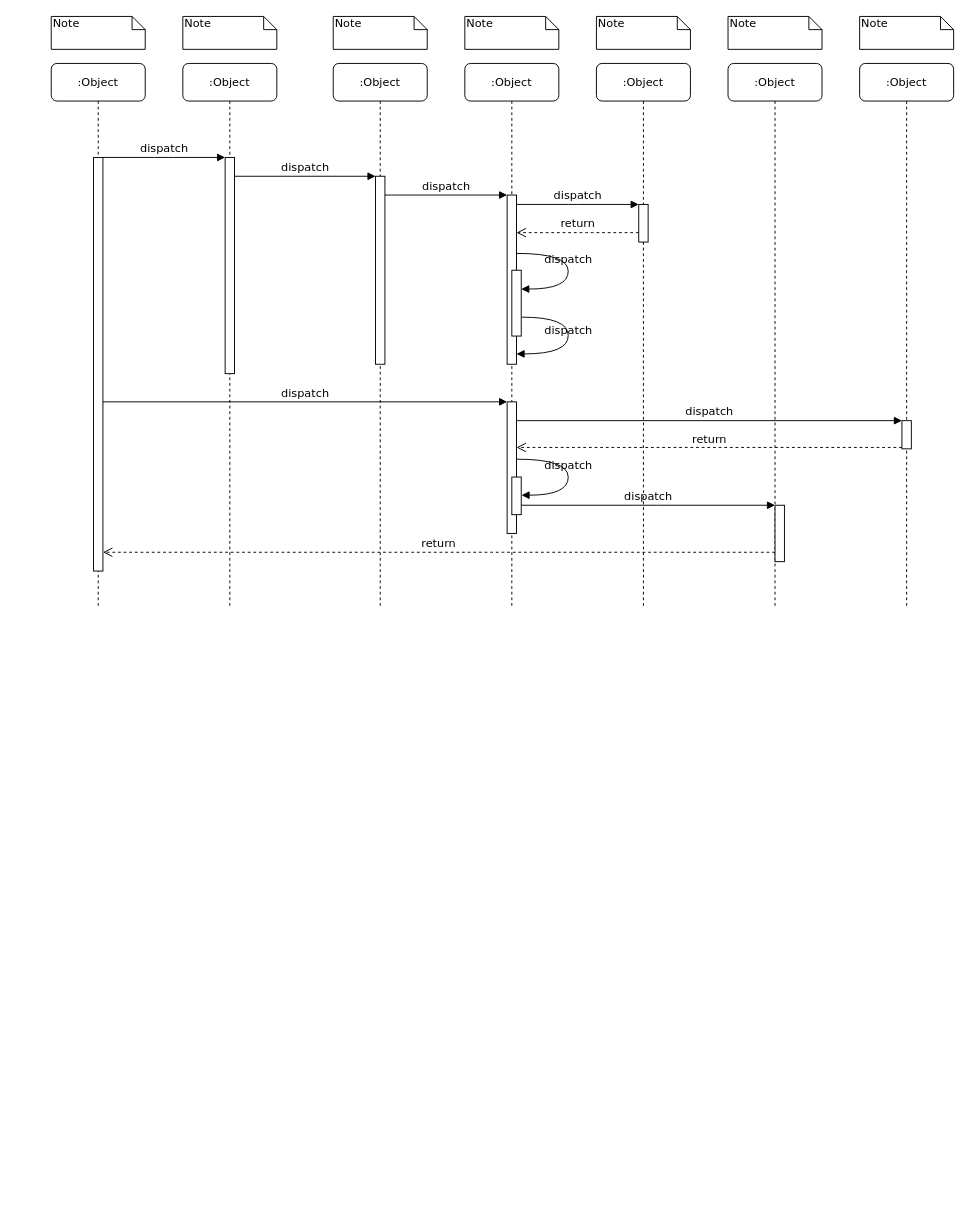
Earlier version of the draw.io diagram AGG异步任务.drawio (xingzhihe/hello-world). Source tidied: cells renumbered, new cells numbered last; positions are measured from the earlier drawing's top-left corner, leaving out a move shared by most shapes. Both pictures are drawn from the tidied source at 94%, with x=0, y=0 at pixel (51, 16).
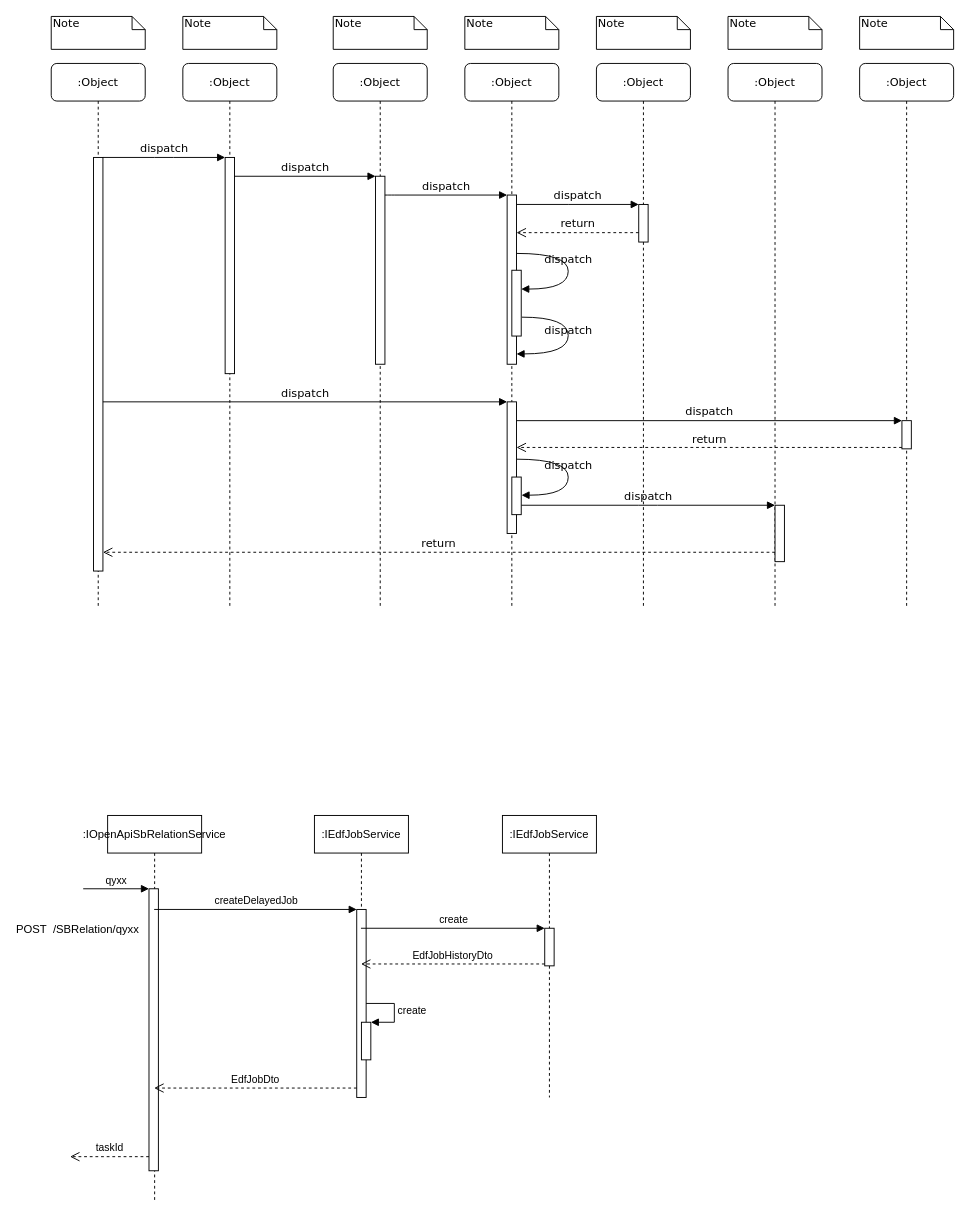
Above is the later version.

Commit message:
更新AGG异步任务.drawio

The edit, as a diff of the source:
```diff
@@
+    <mxCell id="39" value=":IOpenApiSbRelationService" style="shape=umlLifeline;perimeter=lifelinePerimeter;whiteSpace=wrap;html=1;outlineConnect=0;" parent="1" vertex="1">
+      <mxGeometry x="60" y="850" width="100" height="410" as="geometry" />
+    </mxCell>
+    <mxCell id="40" style="html=1;points=[];perimeter=orthogonalPerimeter;" parent="39" vertex="1">
+      <mxGeometry x="44" y="78" width="10" height="300" as="geometry" />
+    </mxCell>
+    <mxCell id="41" value="qyxx" style="html=1;verticalAlign=bottom;endArrow=block;entryX=0;entryY=0;rounded=0;" parent="39" edge="1" target="40">
+      <mxGeometry relative="1" as="geometry">
+        <mxPoint x="-26" y="78" as="sourcePoint" />
+      </mxGeometry>
+    </mxCell>
+    <mxCell id="42" value="taskId" style="html=1;verticalAlign=bottom;endArrow=open;dashed=1;endSize=8;exitX=0;exitY=0.95;rounded=0;" parent="39" edge="1" source="40">
+      <mxGeometry relative="1" as="geometry">
+        <mxPoint x="-40" y="363" as="targetPoint" />
+      </mxGeometry>
+    </mxCell>
+    <mxCell id="43" value=":IEdfJobService" style="shape=umlLifeline;perimeter=lifelinePerimeter;whiteSpace=wrap;html=1;outlineConnect=0;" parent="1" vertex="1">
+      <mxGeometry x="280" y="850" width="100" height="300" as="geometry" />
+    </mxCell>
+    <mxCell id="44" style="html=1;points=[];perimeter=orthogonalPerimeter;" parent="43" vertex="1">
+      <mxGeometry x="45" y="100" width="10" height="200" as="geometry" />
+    </mxCell>
+    <mxCell id="45" style="html=1;points=[];perimeter=orthogonalPerimeter;" parent="43" vertex="1">
+      <mxGeometry x="50" y="220" width="10" height="40" as="geometry" />
+    </mxCell>
+    <mxCell id="46" value="&lt;span style=&quot;text-align: center&quot;&gt;create&lt;/span&gt;" style="edgeStyle=orthogonalEdgeStyle;html=1;align=left;spacingLeft=2;endArrow=block;rounded=0;entryX=1;entryY=0;" parent="43" edge="1" target="45">
+      <mxGeometry relative="1" as="geometry">
+        <mxPoint x="55" y="200" as="sourcePoint" />
+        <Array as="points">
+          <mxPoint x="85" y="200" />
+        </Array>
+      </mxGeometry>
+    </mxCell>
+    <mxCell id="47" value="createDelayedJob" style="html=1;verticalAlign=bottom;endArrow=block;entryX=0;entryY=0;rounded=0;" parent="1" edge="1" source="39" target="44">
+      <mxGeometry relative="1" as="geometry" />
+    </mxCell>
+    <mxCell id="48" value="EdfJobDto" style="html=1;verticalAlign=bottom;endArrow=open;dashed=1;endSize=8;exitX=0;exitY=0.95;rounded=0;" parent="1" edge="1" source="44" target="39">
+      <mxGeometry relative="1" as="geometry" />
+    </mxCell>
+    <mxCell id="49" value=":IEdfJobService" style="shape=umlLifeline;perimeter=lifelinePerimeter;whiteSpace=wrap;html=1;" parent="1" vertex="1">
+      <mxGeometry x="480" y="850" width="100" height="300" as="geometry" />
+    </mxCell>
+    <mxCell id="50" style="html=1;points=[];perimeter=orthogonalPerimeter;" parent="49" vertex="1">
+      <mxGeometry x="45" y="120" width="10" height="40" as="geometry" />
+    </mxCell>
+    <mxCell id="51" value="create" style="html=1;verticalAlign=bottom;endArrow=block;entryX=0;entryY=0;rounded=0;" parent="1" edge="1" source="43" target="50">
+      <mxGeometry relative="1" as="geometry" />
+    </mxCell>
+    <mxCell id="52" value="EdfJobHistoryDto" style="html=1;verticalAlign=bottom;endArrow=open;dashed=1;endSize=8;exitX=0;exitY=0.95;rounded=0;" parent="1" edge="1" source="50" target="43">
+      <mxGeometry relative="1" as="geometry" />
+    </mxCell>
+    <mxCell id="53" value="POST&amp;nbsp;&amp;nbsp;/SBRelation/qyxx&amp;nbsp;" style="text;html=1;strokeColor=none;fillColor=none;align=center;verticalAlign=middle;whiteSpace=wrap;rounded=0;" parent="1" vertex="1">
+      <mxGeometry y="957" width="60" height="30" as="geometry" />
+    </mxCell>
```
